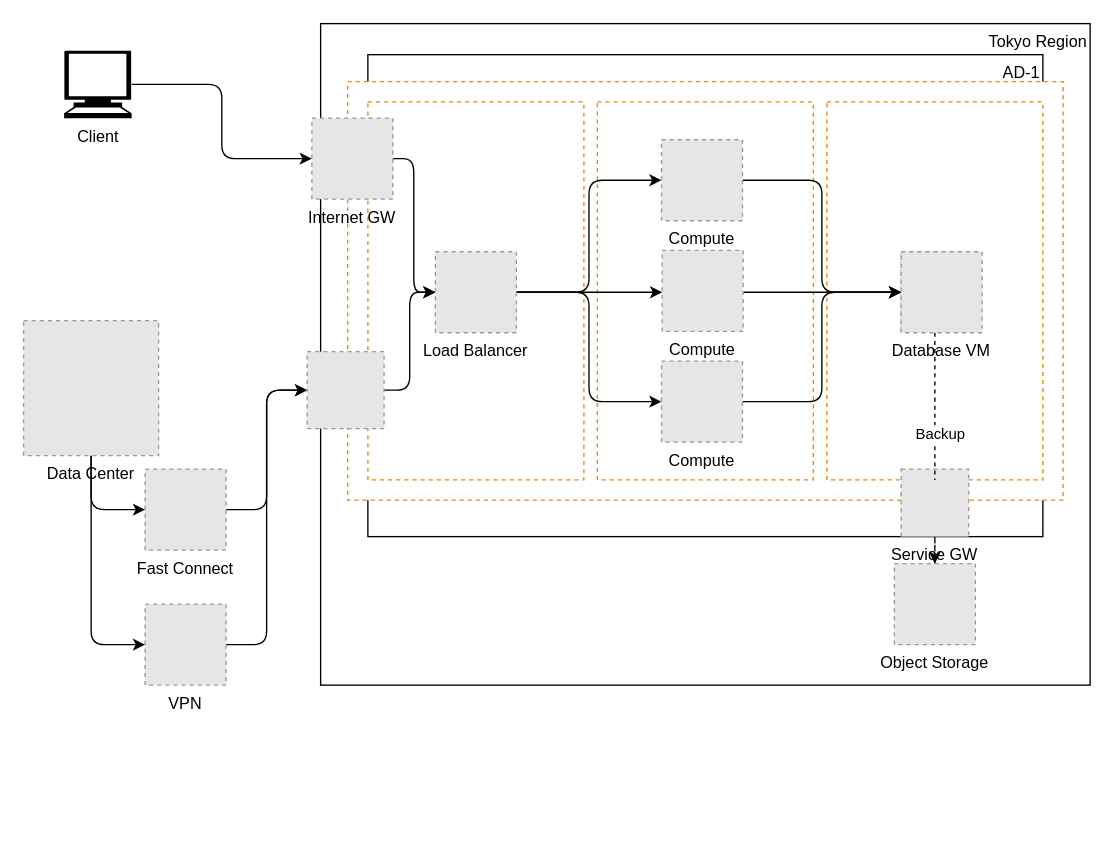
Before: page "Page-2" (2 of 2) of draw-io-oci.dio in feifeifo/drawio, a draw.io diagram. Source tidied: cells renumbered, new cells numbered last; positions are measured from the earlier drawing's top-left corner, leaving out a move shared by most shapes. Both pictures are drawn from the tidied source at 135%, with x=0, y=0 at pixel (23, 23). Pictures stored in the file or linked from it are replaced by grey dashed boxes.
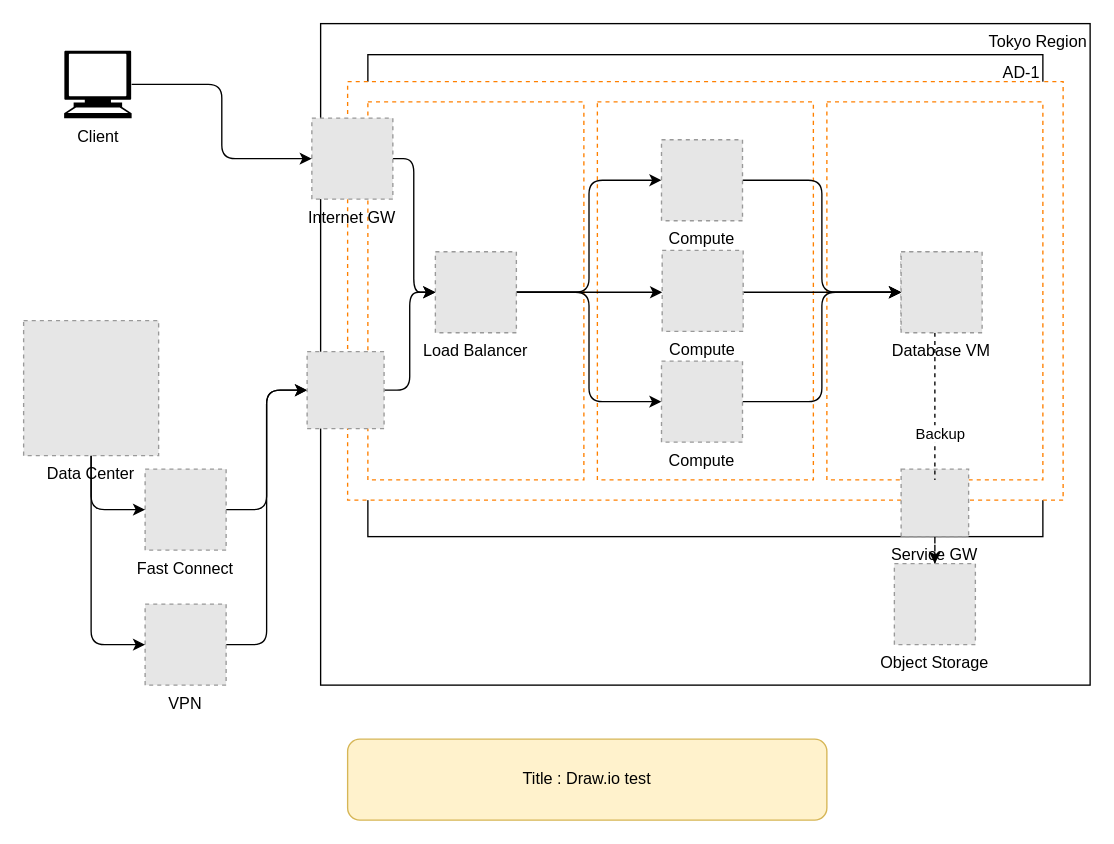
The same diagram, later.

Change to the diagram source:
```diff
@@
+    <mxCell id="38" value="Title : Draw.io test" style="rounded=1;whiteSpace=wrap;html=1;fillColor=#fff2cc;strokeColor=#d6b656;" parent="1" vertex="1">
+      <mxGeometry x="240" y="530" width="355" height="60" as="geometry" />
+    </mxCell>
```
